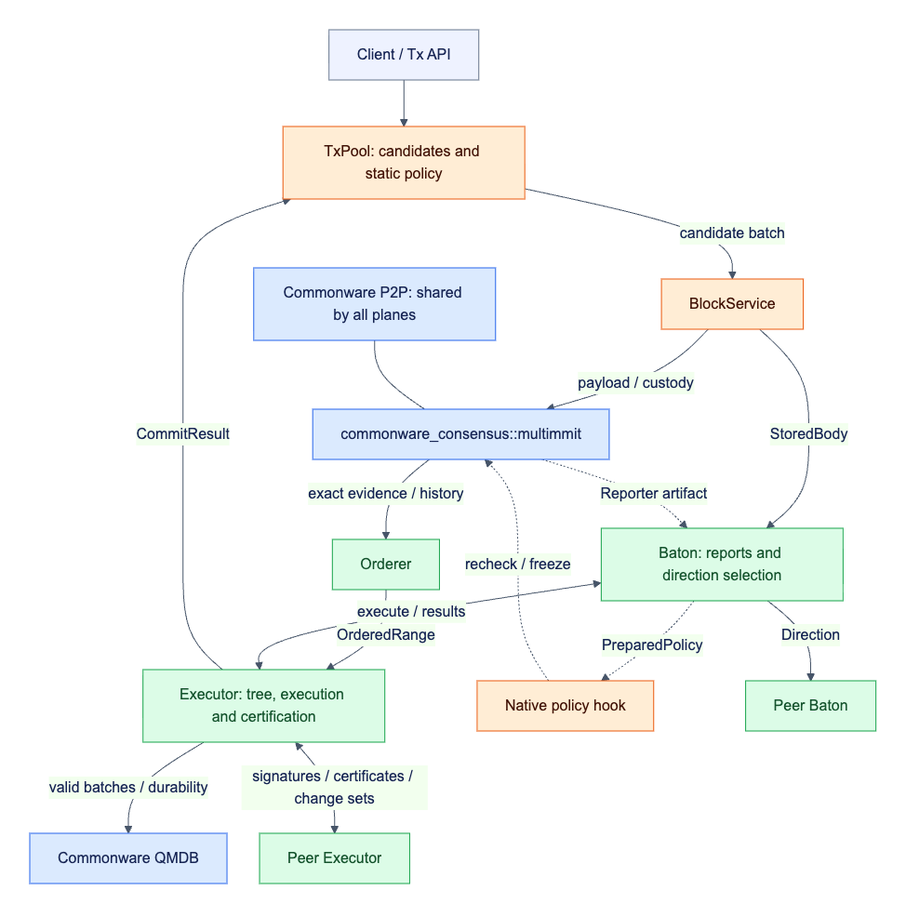
The Mermaid diagram docs/assets/diagrams/diagram-01.png in djm07073/baton-research, before a commit. Its source is kept beside it as docs/assets/diagrams/diagram-01.mmd.
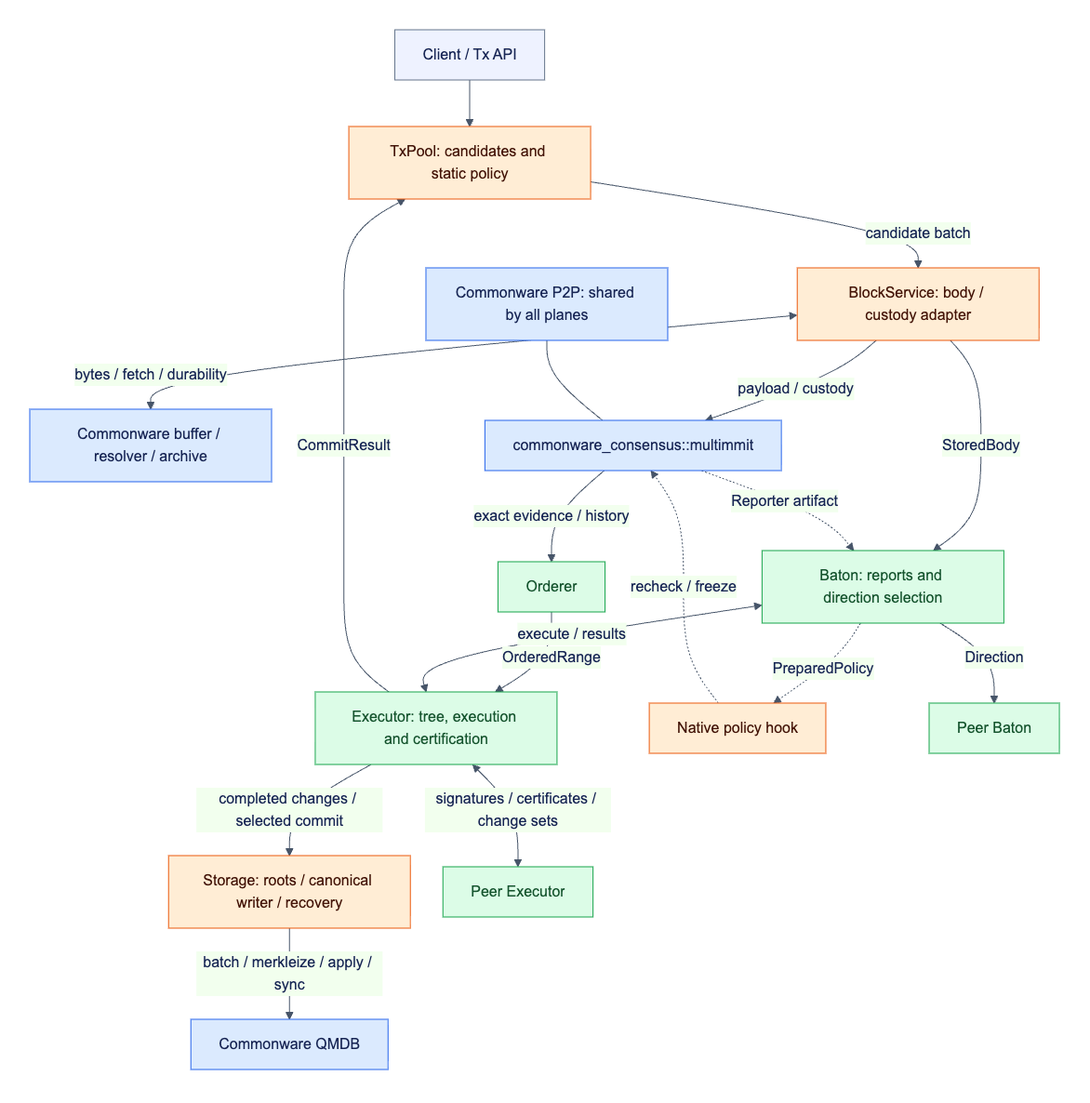
The same diagram one commit later.

What changed in the source:
```diff
@@ -1,6 +1,7 @@
 flowchart TB
     C[Client / Tx API] --> T[TxPool: candidates and static policy]
-    T -->|candidate batch| B[BlockService]
+    T -->|candidate batch| B[BlockService: body / custody adapter]
+    B <-->|bytes / fetch / durability| BP[Commonware buffer / resolver / archive]
     B -->|payload / custody| N[commonware_consensus::multimmit]
     N -->|exact evidence / history| M[Orderer]
     B -->|StoredBody| O[Baton: reports and direction selection]
@@ -10,13 +11,14 @@
     H -. recheck / freeze .-> N
     O -->|Direction| PE[Peer Baton]
     O <-->|execute / results| E[Executor: tree, execution and certification]
-    E -->|valid batches / durability| S[Commonware QMDB]
+    E -->|completed changes / selected commit| S[Storage: roots / canonical writer / recovery]
+    S -->|batch / merkleize / apply / sync| Q[Commonware QMDB]
     E <-->|signatures / certificates / change sets| V[Peer Executor]
     E -->|CommitResult| T
     NET[Commonware P2P: shared by all planes] --- N
     classDef reuse fill:#dbeafe,stroke:#2563eb,color:#172554;
     classDef adapt fill:#ffedd5,stroke:#ea580c,color:#431407;
     classDef new fill:#dcfce7,stroke:#16a34a,color:#14532d;
-    class N,NET,S reuse;
-    class T,B,H adapt;
+    class N,NET,BP,Q reuse;
+    class T,B,H,S adapt;
     class M,O,PE,E,V new;
```
